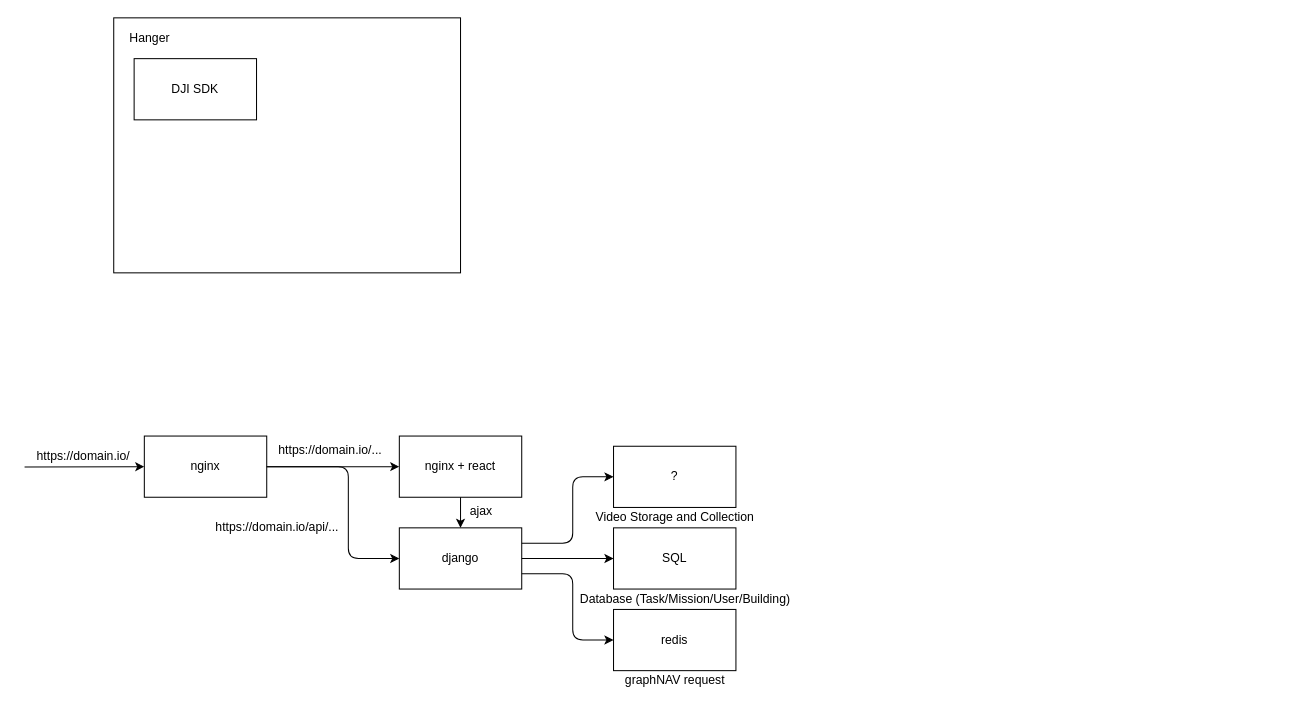
Interaze/OnTheSpot keeps this draw.io diagram as Service Structure.drawio. Above is the earlier version. Source tidied: cells renumbered, new cells numbered last; positions are measured from the earlier drawing's top-left corner, leaving out a move shared by most shapes. Both pictures are drawn from the tidied source at 102%, with x=0, y=0 at pixel (27, 17).
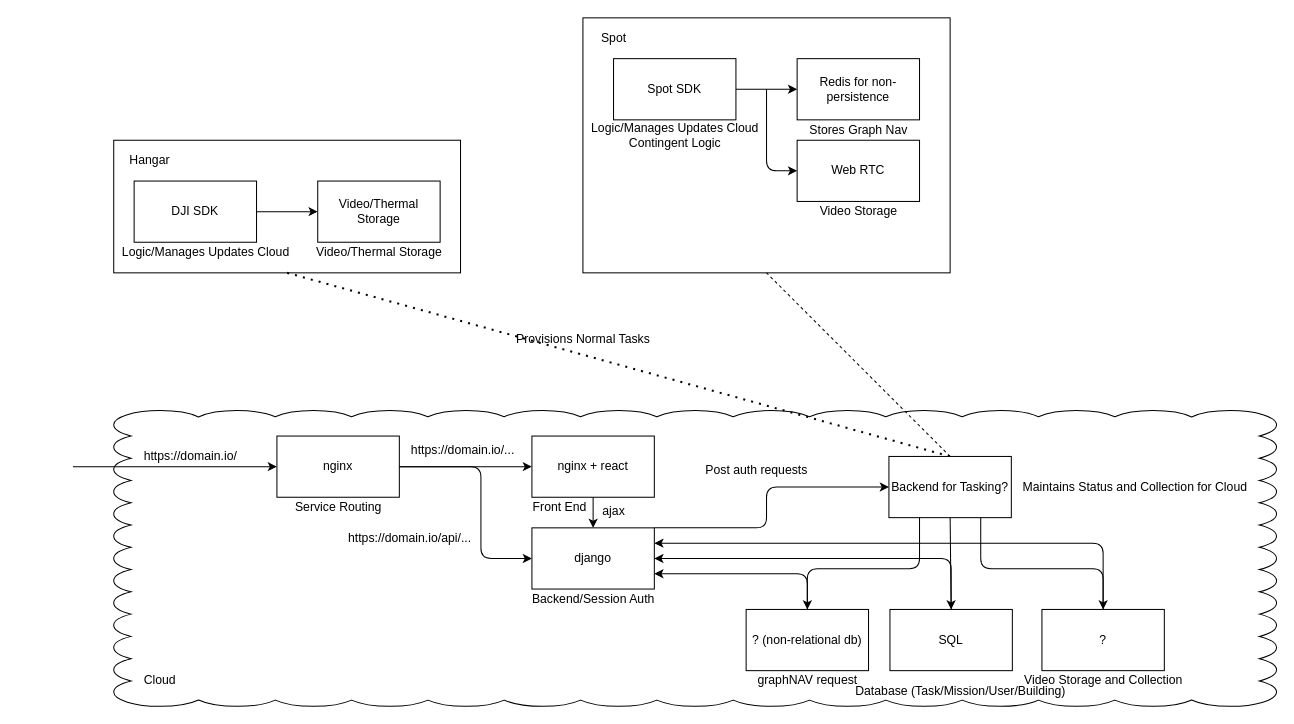
The same page after the edit.

The edit, as a diff of the source:
```diff
@@
+    <mxCell id="25" style="whiteSpace=wrap;html=1;shape=mxgraph.basic.cloud_rect;" parent="1" vertex="1">
+      <mxGeometry x="85" y="385" width="1140" height="290" as="geometry" />
+    </mxCell>
     <mxCell id="2" style="rounded=0;whiteSpace=wrap;html=1;" parent="1" vertex="1">
-      <mxGeometry x="85" width="340" height="250" as="geometry" />
+      <mxGeometry x="85" y="120" width="340" height="130" as="geometry" />
     </mxCell>
     <mxCell id="3" value="DJI SDK" style="rounded=0;whiteSpace=wrap;html=1;" parent="1" vertex="1">
-      <mxGeometry x="105" y="40" width="120" height="60" as="geometry" />
+      <mxGeometry x="105" y="160" width="120" height="60" as="geometry" />
     </mxCell>
-    <mxCell id="4" value="Hanger" style="text;html=1;align=center;verticalAlign=middle;" parent="1" vertex="1">
-      <mxGeometry x="95" y="10" width="50" height="20" as="geometry" />
+    <mxCell id="4" value="Hangar" style="text;html=1;align=center;verticalAlign=middle;" parent="1" vertex="1">
+      <mxGeometry x="95" y="130" width="50" height="20" as="geometry" />
     </mxCell>
     <mxCell id="5" value="nginx" style="rounded=0;whiteSpace=wrap;html=1;" parent="1" vertex="1">
-      <mxGeometry x="115" y="410" width="120" height="60" as="geometry" />
+      <mxGeometry x="245" y="410" width="120" height="60" as="geometry" />
     </mxCell>
     <mxCell id="6" style="endArrow=classic;html=1;exitX=1;exitY=0.5;exitDx=0;exitDy=0;entryX=0;entryY=0.5;entryDx=0;entryDy=0;" parent="1" edge="1" source="5" target="7">
       <mxGeometry relative="1" as="geometry">
         <Array as="points">
-          <mxPoint x="315" y="440" />
-          <mxPoint x="315" y="530" />
+          <mxPoint x="445" y="440" />
+          <mxPoint x="445" y="530" />
         </Array>
       </mxGeometry>
     </mxCell>
     <mxCell id="7" value="django" style="rounded=0;whiteSpace=wrap;html=1;" parent="1" vertex="1">
-      <mxGeometry x="365" y="500" width="120" height="60" as="geometry" />
+      <mxGeometry x="495" y="500" width="120" height="60" as="geometry" />
     </mxCell>
     <mxCell id="8" value="https://domain.io/api/..." style="text;html=1;align=center;verticalAlign=middle;" parent="1" vertex="1">
-      <mxGeometry x="175" y="490" width="140" height="20" as="geometry" />
+      <mxGeometry x="305" y="500" width="140" height="20" as="geometry" />
     </mxCell>
     <mxCell id="9" value="https://domain.io/..." style="text;html=1;align=center;verticalAlign=middle;" parent="1" vertex="1">
-      <mxGeometry x="237" y="414" width="120" height="20" as="geometry" />
+      <mxGeometry x="367" y="414" width="120" height="20" as="geometry" />
     </mxCell>
     <mxCell id="10" style="endArrow=classic;html=1;" parent="1" edge="1">
       <mxGeometry relative="1" as="geometry">
-        <mxPoint x="235" y="440" as="sourcePoint" />
-        <mxPoint x="365" y="440" as="targetPoint" />
+        <mxPoint x="365" y="440" as="sourcePoint" />
+        <mxPoint x="495" y="440" as="targetPoint" />
         <Array as="points">
-          <mxPoint x="315" y="440" />
+          <mxPoint x="445" y="440" />
         </Array>
       </mxGeometry>
     </mxCell>
     <mxCell id="11" value="nginx + react" style="rounded=0;whiteSpace=wrap;html=1;" parent="1" vertex="1">
-      <mxGeometry x="365" y="410" width="120" height="60" as="geometry" />
+      <mxGeometry x="495" y="410" width="120" height="60" as="geometry" />
     </mxCell>
@@
     <mxCell id="13" value="ajax" style="text;html=1;align=center;verticalAlign=middle;" parent="1" vertex="1">
-      <mxGeometry x="425" y="474" width="40" height="20" as="geometry" />
+      <mxGeometry x="555" y="474" width="40" height="20" as="geometry" />
     </mxCell>
-    <mxCell id="14" style="endArrow=classic;html=1;exitX=1;exitY=0.75;exitDx=0;exitDy=0;entryX=0;entryY=0.5;entryDx=0;entryDy=0;" parent="1" edge="1" source="7" target="15">
+    <mxCell id="14" style="endArrow=classic;html=1;exitX=0.5;exitY=0;exitDx=0;exitDy=0;entryX=1;entryY=0.75;entryDx=0;entryDy=0;" parent="1" edge="1" source="15" target="7">
       <mxGeometry relative="1" as="geometry">
         <Array as="points">
-          <mxPoint x="535" y="545" />
-          <mxPoint x="535" y="610" />
+          <mxPoint x="765" y="545" />
         </Array>
       </mxGeometry>
     </mxCell>
-    <mxCell id="15" value="redis" style="rounded=0;whiteSpace=wrap;html=1;" parent="1" vertex="1">
-      <mxGeometry x="575" y="580" width="120" height="60" as="geometry" />
+    <mxCell id="15" value="? (non-relational db)" style="rounded=0;whiteSpace=wrap;html=1;" parent="1" vertex="1">
+      <mxGeometry x="705" y="580" width="120" height="60" as="geometry" />
     </mxCell>
-    <mxCell id="16" style="endArrow=classic;html=1;exitX=1;exitY=0.5;exitDx=0;exitDy=0;entryX=0;entryY=0.5;entryDx=0;entryDy=0;" parent="1" edge="1" source="7" target="17">
-      <mxGeometry relative="1" as="geometry" />
+    <mxCell id="16" style="endArrow=classic;html=1;exitX=0.5;exitY=0;exitDx=0;exitDy=0;entryX=1;entryY=0.5;entryDx=0;entryDy=0;" parent="1" edge="1" source="17" target="7">
+      <mxGeometry relative="1" as="geometry">
+        <Array as="points">
+          <mxPoint x="906" y="530" />
+        </Array>
+      </mxGeometry>
     </mxCell>
     <mxCell id="17" value="SQL" style="rounded=0;whiteSpace=wrap;html=1;" parent="1" vertex="1">
-      <mxGeometry x="575" y="500" width="120" height="60" as="geometry" />
+      <mxGeometry x="846" y="580" width="120" height="60" as="geometry" />
     </mxCell>
     <mxCell id="18" value="graphNAV request" style="text;html=1;align=center;verticalAlign=middle;" parent="1" vertex="1">
-      <mxGeometry x="580" y="640" width="110" height="20" as="geometry" />
+      <mxGeometry x="710" y="640" width="110" height="20" as="geometry" />
     </mxCell>
     <mxCell id="19" value="Database (Task/Mission/User/Building)" style="text;html=1;align=center;verticalAlign=middle;" parent="1" vertex="1">
-      <mxGeometry x="535" y="560" width="220" height="20" as="geometry" />
+      <mxGeometry x="805" y="650" width="220" height="20" as="geometry" />
     </mxCell>
-    <mxCell id="20" style="endArrow=classic;html=1;exitX=1;exitY=0.25;exitDx=0;exitDy=0;" parent="1" edge="1" source="7">
+    <mxCell id="20" style="endArrow=classic;html=1;exitX=0.5;exitY=0;exitDx=0;exitDy=0;entryX=1;entryY=0.25;entryDx=0;entryDy=0;" parent="1" edge="1" source="21" target="7">
       <mxGeometry relative="1" as="geometry">
-        <mxPoint x="575" y="450" as="targetPoint" />
         <Array as="points">
-          <mxPoint x="535" y="515" />
-          <mxPoint x="535" y="450" />
+          <mxPoint x="1055" y="515" />
         </Array>
       </mxGeometry>
     </mxCell>
     <mxCell id="21" value="?" style="rounded=0;whiteSpace=wrap;html=1;" parent="1" vertex="1">
-      <mxGeometry x="575" y="420" width="120" height="60" as="geometry" />
+      <mxGeometry x="995" y="580" width="120" height="60" as="geometry" />
     </mxCell>
     <mxCell id="22" value="Video Storage and Collection" style="text;html=1;align=center;verticalAlign=middle;" parent="1" vertex="1">
-      <mxGeometry x="550" y="480" width="170" height="20" as="geometry" />
+      <mxGeometry x="970" y="640" width="170" height="20" as="geometry" />
     </mxCell>
-    <mxCell id="23" style="endArrow=classic;html=1;entryX=0;entryY=0.5;entryDx=0;entryDy=0;exitX=-0.022;exitY=1.017;exitDx=0;exitDy=0;exitPerimeter=0;" parent="1" edge="1" source="24" target="5">
-      <mxGeometry relative="1" as="geometry" />
+    <mxCell id="23" style="endArrow=classic;html=1;entryX=0;entryY=0.5;entryDx=0;entryDy=0;" parent="1" edge="1" target="5">
+      <mxGeometry relative="1" as="geometry">
+        <mxPoint x="45" y="440" as="sourcePoint" />
+      </mxGeometry>
     </mxCell>
     <mxCell id="24" value="https://domain.io/" style="text;html=1;align=center;verticalAlign=middle;points=[];" parent="1" vertex="1">
-      <mxGeometry y="420" width="110" height="20" as="geometry" />
+      <mxGeometry x="105" y="420" width="110" height="20" as="geometry" />
     </mxCell>
+    <mxCell id="26" style="rounded=0;whiteSpace=wrap;html=1;" parent="1" vertex="1">
+      <mxGeometry x="545" width="360" height="250" as="geometry" />
+    </mxCell>
+    <mxCell id="27" value="Spot SDK" style="rounded=0;whiteSpace=wrap;html=1;" parent="1" vertex="1">
+      <mxGeometry x="575" y="40" width="120" height="60" as="geometry" />
+    </mxCell>
+    <mxCell id="28" value="Spot" style="text;html=1;align=center;verticalAlign=middle;" parent="1" vertex="1">
+      <mxGeometry x="555" y="10" width="40" height="20" as="geometry" />
+    </mxCell>
+    <mxCell id="29" value="Cloud" style="text;html=1;align=center;verticalAlign=middle;" parent="1" vertex="1">
+      <mxGeometry x="105" y="640" width="50" height="20" as="geometry" />
+    </mxCell>
+    <mxCell id="30" style="endArrow=none;dashed=1;html=1;entryX=0.5;entryY=1;entryDx=0;entryDy=0;exitX=0.5;exitY=0;exitDx=0;exitDy=0;" parent="1" edge="1" source="47" target="26">
+      <mxGeometry relative="1" as="geometry" />
+    </mxCell>
+    <mxCell id="31" value="Provisions Normal Tasks" style="text;html=1;align=center;verticalAlign=middle;" parent="1" vertex="1">
+      <mxGeometry x="470" y="305" width="150" height="20" as="geometry" />
+    </mxCell>
+    <mxCell id="32" value="Web RTC" style="rounded=0;whiteSpace=wrap;html=1;" parent="1" vertex="1">
+      <mxGeometry x="755" y="120" width="120" height="60" as="geometry" />
+    </mxCell>
+    <mxCell id="33" value="Redis for non-persistence" style="rounded=0;whiteSpace=wrap;html=1;" parent="1" vertex="1">
+      <mxGeometry x="755" y="40" width="120" height="60" as="geometry" />
+    </mxCell>
+    <mxCell id="34" style="endArrow=classic;html=1;exitX=1;exitY=0.5;exitDx=0;exitDy=0;entryX=0;entryY=0.5;entryDx=0;entryDy=0;" parent="1" edge="1" source="27" target="33">
+      <mxGeometry relative="1" as="geometry" />
+    </mxCell>
+    <mxCell id="35" style="endArrow=classic;html=1;entryX=0;entryY=0.5;entryDx=0;entryDy=0;" parent="1" edge="1" target="32">
+      <mxGeometry relative="1" as="geometry">
+        <mxPoint x="725" y="70" as="sourcePoint" />
+        <Array as="points">
+          <mxPoint x="725" y="150" />
+        </Array>
+      </mxGeometry>
+    </mxCell>
+    <mxCell id="36" value="Video/Thermal Storage" style="rounded=0;whiteSpace=wrap;html=1;" parent="1" vertex="1">
+      <mxGeometry x="285" y="160" width="120" height="60" as="geometry" />
+    </mxCell>
+    <mxCell id="37" style="endArrow=classic;html=1;exitX=1;exitY=0.5;exitDx=0;exitDy=0;entryX=0;entryY=0.5;entryDx=0;entryDy=0;" parent="1" edge="1" source="3" target="36">
+      <mxGeometry relative="1" as="geometry" />
+    </mxCell>
+    <mxCell id="38" style="endArrow=none;dashed=1;html=1;dashPattern=1 3;strokeWidth=2;exitX=0.5;exitY=1;exitDx=0;exitDy=0;entryX=0.5;entryY=0;entryDx=0;entryDy=0;" parent="1" edge="1" source="2" target="47">
+      <mxGeometry relative="1" as="geometry" />
+    </mxCell>
+    <mxCell id="39" value="Video/Thermal Storage" style="text;html=1;align=center;verticalAlign=middle;" parent="1" vertex="1">
+      <mxGeometry x="275" y="220" width="140" height="20" as="geometry" />
+    </mxCell>
+    <mxCell id="40" value="Logic/Manages Updates Cloud" style="text;html=1;align=center;verticalAlign=middle;" parent="1" vertex="1">
+      <mxGeometry x="85" y="220" width="180" height="20" as="geometry" />
+    </mxCell>
+    <mxCell id="41" value="Logic/Manages Updates Cloud&lt;br&gt;Contingent Logic" style="text;html=1;align=center;verticalAlign=middle;" parent="1" vertex="1">
+      <mxGeometry x="545" y="100" width="180" height="30" as="geometry" />
+    </mxCell>
+    <mxCell id="42" value="Stores Graph Nav" style="text;html=1;align=center;verticalAlign=middle;" parent="1" vertex="1">
+      <mxGeometry x="760" y="100" width="110" height="20" as="geometry" />
+    </mxCell>
+    <mxCell id="43" value="Video Storage" style="text;html=1;align=center;verticalAlign=middle;" parent="1" vertex="1">
+      <mxGeometry x="770" y="180" width="90" height="20" as="geometry" />
+    </mxCell>
+    <mxCell id="44" value="Service Routing" style="text;html=1;align=center;verticalAlign=middle;" parent="1" vertex="1">
+      <mxGeometry x="255" y="470" width="100" height="20" as="geometry" />
+    </mxCell>
+    <mxCell id="45" value="Backend/Session Auth" style="text;html=1;align=center;verticalAlign=middle;" parent="1" vertex="1">
+      <mxGeometry x="485" y="560" width="140" height="20" as="geometry" />
+    </mxCell>
+    <mxCell id="46" value="Front End" style="text;html=1;align=center;verticalAlign=middle;" parent="1" vertex="1">
+      <mxGeometry x="487" y="470" width="70" height="20" as="geometry" />
+    </mxCell>
+    <mxCell id="47" value="Backend for Tasking?" style="rounded=0;whiteSpace=wrap;html=1;" parent="1" vertex="1">
+      <mxGeometry x="845" y="430" width="120" height="60" as="geometry" />
+    </mxCell>
+    <mxCell id="48" style="endArrow=classic;html=1;exitX=1;exitY=0;exitDx=0;exitDy=0;entryX=0;entryY=0.5;entryDx=0;entryDy=0;" parent="1" edge="1" source="7" target="47">
+      <mxGeometry relative="1" as="geometry">
+        <Array as="points">
+          <mxPoint x="725" y="500" />
+          <mxPoint x="725" y="460" />
+        </Array>
+      </mxGeometry>
+    </mxCell>
+    <mxCell id="49" value="Post auth requests" style="text;html=1;align=center;verticalAlign=middle;" parent="1" vertex="1">
+      <mxGeometry x="655" y="434" width="120" height="20" as="geometry" />
+    </mxCell>
+    <mxCell id="50" value="Maintains Status and Collection for Cloud" style="text;html=1;align=center;verticalAlign=middle;" parent="1" vertex="1">
+      <mxGeometry x="966" y="450" width="240" height="20" as="geometry" />
+    </mxCell>
+    <mxCell id="51" style="endArrow=classic;html=1;entryX=0.5;entryY=0;entryDx=0;entryDy=0;exitX=0.5;exitY=1;exitDx=0;exitDy=0;" parent="1" edge="1" source="47" target="17">
+      <mxGeometry relative="1" as="geometry" />
+    </mxCell>
+    <mxCell id="52" style="endArrow=classic;html=1;exitX=0.75;exitY=1;exitDx=0;exitDy=0;entryX=0.5;entryY=0;entryDx=0;entryDy=0;" parent="1" edge="1" source="47" target="21">
+      <mxGeometry relative="1" as="geometry">
+        <Array as="points">
+          <mxPoint x="935" y="540" />
+          <mxPoint x="1055" y="540" />
+        </Array>
+      </mxGeometry>
+    </mxCell>
+    <mxCell id="53" style="endArrow=classic;html=1;exitX=0.25;exitY=1;exitDx=0;exitDy=0;entryX=0.5;entryY=0;entryDx=0;entryDy=0;" parent="1" edge="1" source="47" target="15">
+      <mxGeometry relative="1" as="geometry">
+        <Array as="points">
+          <mxPoint x="875" y="540" />
+          <mxPoint x="765" y="540" />
+        </Array>
+      </mxGeometry>
+    </mxCell>
```
